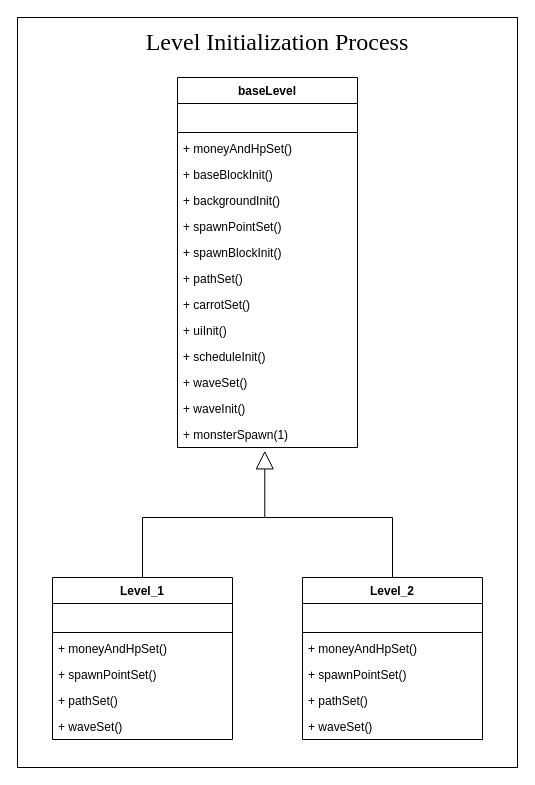
The draw.io diagram page "Template Method" (2 of 3) of 文档/URL.drawio in QinCheng0928/Cocos2d, before the edit. Source tidied: cells renumbered, new cells numbered last; positions are measured from the earlier drawing's top-left corner, leaving out a move shared by most shapes. Both pictures are drawn from the tidied source at 100%, with x=0, y=0 at pixel (17, 17).
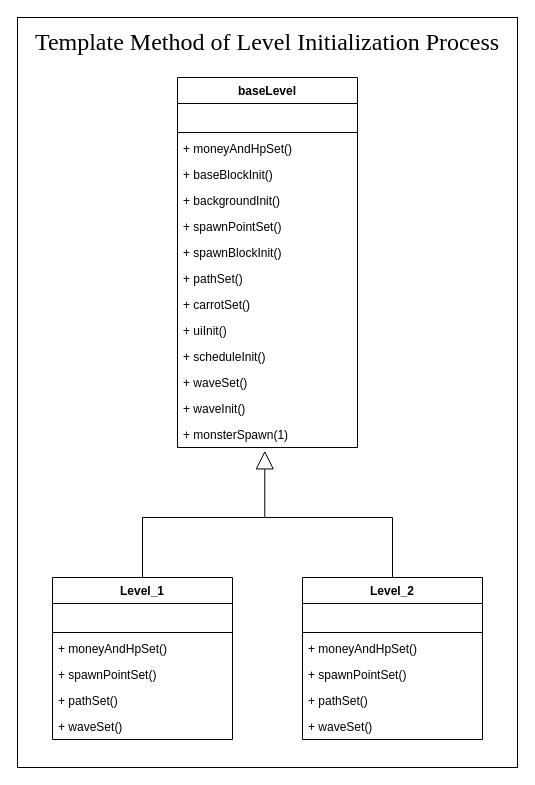
After the change.

Diff of the diagram source:
```diff
@@
-    <mxCell id="27" value="&lt;p style=&quot;margin-top: 0pt; margin-bottom: 0pt; margin-left: 0in; direction: ltr; unicode-bidi: embed; word-break: normal;&quot;&gt;&lt;span style=&quot;font-size: 18pt; font-family: &amp;quot;Times New Roman&amp;quot;;&quot;&gt;Level Initialization Process&lt;/span&gt;&lt;/p&gt;" style="text;html=1;align=center;verticalAlign=middle;whiteSpace=wrap;rounded=0;" parent="1" vertex="1">
-      <mxGeometry x="110" y="10" width="300" height="30" as="geometry" />
+    <mxCell id="27" value="&lt;p style=&quot;margin-top: 0pt; margin-bottom: 0pt; margin-left: 0in; direction: ltr; unicode-bidi: embed; word-break: normal;&quot;&gt;&lt;span style=&quot;background-color: transparent; font-size: 24px;&quot;&gt;&lt;font face=&quot;Times New Roman&quot;&gt;Template Method of&amp;nbsp;&lt;/font&gt;&lt;/span&gt;&lt;span style=&quot;font-size: 18pt; font-family: &amp;quot;Times New Roman&amp;quot;;&quot;&gt;Level Initialization Process&lt;/span&gt;&lt;/p&gt;" style="text;html=1;align=center;verticalAlign=middle;whiteSpace=wrap;rounded=0;" parent="1" vertex="1">
+      <mxGeometry x="4" y="10" width="492" height="30" as="geometry" />
     </mxCell>
```
